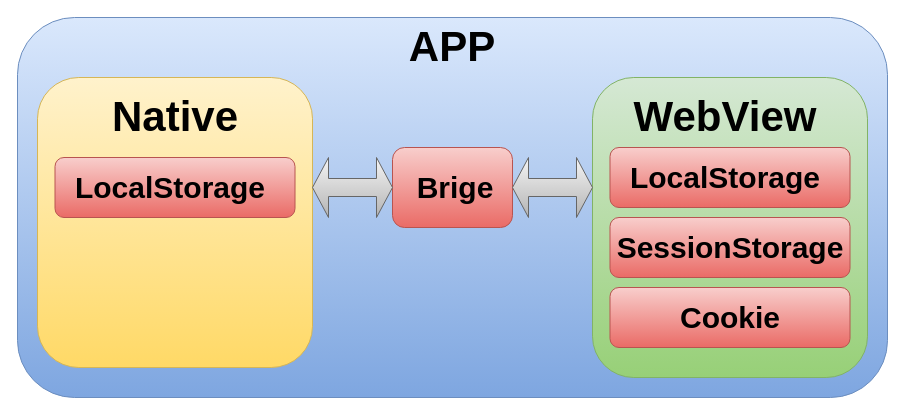
Above: page "Page-3" (4 of 4) of Untitled Diagram.drawio in zhang-Kilin/learn (draw.io), before the change. Source tidied: cells renumbered, new cells numbered last; positions are measured from the earlier drawing's top-left corner, leaving out a move shared by most shapes. Both pictures are drawn from the tidied source at 100%, with x=0, y=0 at pixel (17, 17).
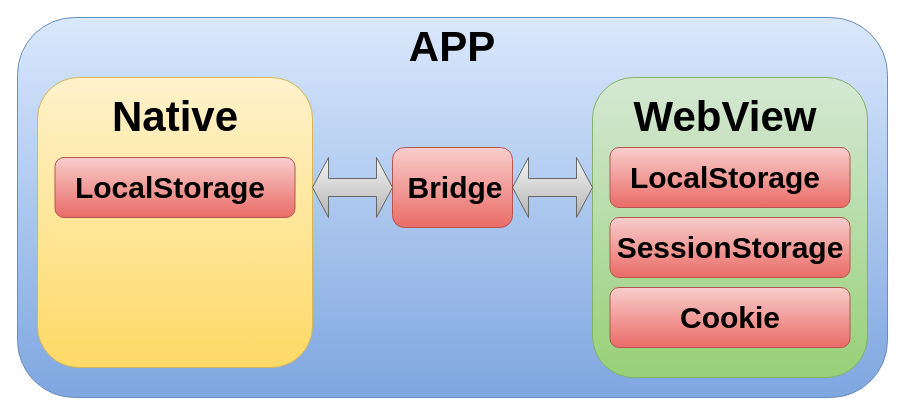
The same page after the edit.

Diff of the diagram source:
```diff
@@
 <mxGraphModel>
   <root>
     <mxCell id="0" />
     <mxCell id="1" parent="0" />
     <mxCell id="2" style="rounded=1;whiteSpace=wrap;html=1;fillColor=#dae8fc;strokeColor=#6c8ebf;gradientColor=#7ea6e0;" parent="1" vertex="1">
       <mxGeometry width="870" height="380" as="geometry" />
     </mxCell>
     <mxCell id="3" style="rounded=1;whiteSpace=wrap;html=1;fillColor=#fff2cc;strokeColor=#d6b656;gradientColor=#ffd966;" parent="1" vertex="1">
       <mxGeometry x="20" y="60" width="275" height="290" as="geometry" />
     </mxCell>
     <mxCell id="4" style="rounded=1;whiteSpace=wrap;html=1;fillColor=#d5e8d4;strokeColor=#82b366;gradientColor=#97d077;" parent="1" vertex="1">
       <mxGeometry x="575" y="60" width="275" height="300" as="geometry" />
     </mxCell>
     <mxCell id="5" value="APP" style="text;html=1;strokeColor=none;fillColor=none;align=center;verticalAlign=middle;whiteSpace=wrap;rounded=0;fontSize=42;fontStyle=1;" parent="1" vertex="1">
       <mxGeometry x="410" y="20" width="50" height="20" as="geometry" />
     </mxCell>
     <mxCell id="6" value="Native" style="text;html=1;strokeColor=none;fillColor=none;align=center;verticalAlign=middle;whiteSpace=wrap;rounded=0;fontSize=42;fontStyle=1;" parent="1" vertex="1">
       <mxGeometry x="132.5" y="90" width="50" height="20" as="geometry" />
     </mxCell>
     <mxCell id="7" value="WebView" style="text;html=1;strokeColor=none;fillColor=none;align=center;verticalAlign=middle;whiteSpace=wrap;rounded=0;fontSize=42;fontStyle=1;" parent="1" vertex="1">
       <mxGeometry x="682.5" y="90" width="50" height="20" as="geometry" />
     </mxCell>
     <mxCell id="8" style="rounded=1;whiteSpace=wrap;html=1;fontSize=42;gradientColor=#ea6b66;fillColor=#f8cecc;strokeColor=#b85450;" parent="1" vertex="1">
       <mxGeometry x="375" y="130" width="120" height="80" as="geometry" />
     </mxCell>
-    <mxCell id="9" value="Brige" style="text;html=1;strokeColor=none;fillColor=none;align=center;verticalAlign=middle;whiteSpace=wrap;rounded=0;fontSize=30;fontStyle=1;" parent="1" vertex="1">
+    <mxCell id="9" value="Bridge" style="text;html=1;strokeColor=none;fillColor=none;align=center;verticalAlign=middle;whiteSpace=wrap;rounded=0;fontSize=30;fontStyle=1;" parent="1" vertex="1">
       <mxGeometry x="413" y="160" width="50" height="20" as="geometry" />
     </mxCell>
     <mxCell id="10" style="rounded=1;whiteSpace=wrap;html=1;fontSize=42;gradientColor=#ea6b66;fillColor=#f8cecc;strokeColor=#b85450;" parent="1" vertex="1">
       <mxGeometry x="592.5" y="130" width="240" height="60" as="geometry" />
     </mxCell>
     <mxCell id="11" style="rounded=1;whiteSpace=wrap;html=1;fontSize=42;gradientColor=#ea6b66;fillColor=#f8cecc;strokeColor=#b85450;" parent="1" vertex="1">
       <mxGeometry x="592.5" y="200" width="240" height="60" as="geometry" />
     </mxCell>
     <mxCell id="12" value="LocalStorage" style="text;html=1;strokeColor=none;fillColor=none;align=center;verticalAlign=middle;whiteSpace=wrap;rounded=0;fontSize=30;fontStyle=1;" parent="1" vertex="1">
       <mxGeometry x="682.5" y="150" width="50" height="20" as="geometry" />
     </mxCell>
     <mxCell id="13" value="SessionStorage" style="text;html=1;strokeColor=none;fillColor=none;align=center;verticalAlign=middle;whiteSpace=wrap;rounded=0;fontSize=30;fontStyle=1;" parent="1" vertex="1">
       <mxGeometry x="687.5" y="220" width="50" height="20" as="geometry" />
     </mxCell>
     <mxCell id="14" style="shape=doubleArrow;whiteSpace=wrap;html=1;fontSize=30;gradientColor=#b3b3b3;fillColor=#f5f5f5;strokeColor=#666666;" parent="1" vertex="1">
       <mxGeometry x="495" y="140" width="80" height="60" as="geometry" />
     </mxCell>
     <mxCell id="15" style="shape=doubleArrow;whiteSpace=wrap;html=1;fontSize=30;gradientColor=#b3b3b3;fillColor=#f5f5f5;strokeColor=#666666;" parent="1" vertex="1">
       <mxGeometry x="295" y="140" width="80" height="60" as="geometry" />
     </mxCell>
     <mxCell id="16" style="rounded=1;whiteSpace=wrap;html=1;fontSize=42;gradientColor=#ea6b66;fillColor=#f8cecc;strokeColor=#b85450;" parent="1" vertex="1">
       <mxGeometry x="592.5" y="270" width="240" height="60" as="geometry" />
     </mxCell>
     <mxCell id="17" value="Cookie" style="text;html=1;strokeColor=none;fillColor=none;align=center;verticalAlign=middle;whiteSpace=wrap;rounded=0;fontSize=30;fontStyle=1;" parent="1" vertex="1">
       <mxGeometry x="687.5" y="290" width="50" height="20" as="geometry" />
     </mxCell>
     <mxCell id="18" style="rounded=1;whiteSpace=wrap;html=1;fontSize=42;gradientColor=#ea6b66;fillColor=#f8cecc;strokeColor=#b85450;" parent="1" vertex="1">
       <mxGeometry x="37.5" y="140" width="240" height="60" as="geometry" />
     </mxCell>
     <mxCell id="19" value="LocalStorage" style="text;html=1;strokeColor=none;fillColor=none;align=center;verticalAlign=middle;whiteSpace=wrap;rounded=0;fontSize=30;fontStyle=1;" parent="1" vertex="1">
       <mxGeometry x="127.5" y="160" width="50" height="20" as="geometry" />
     </mxCell>
   </root>
 </mxGraphModel>
```
